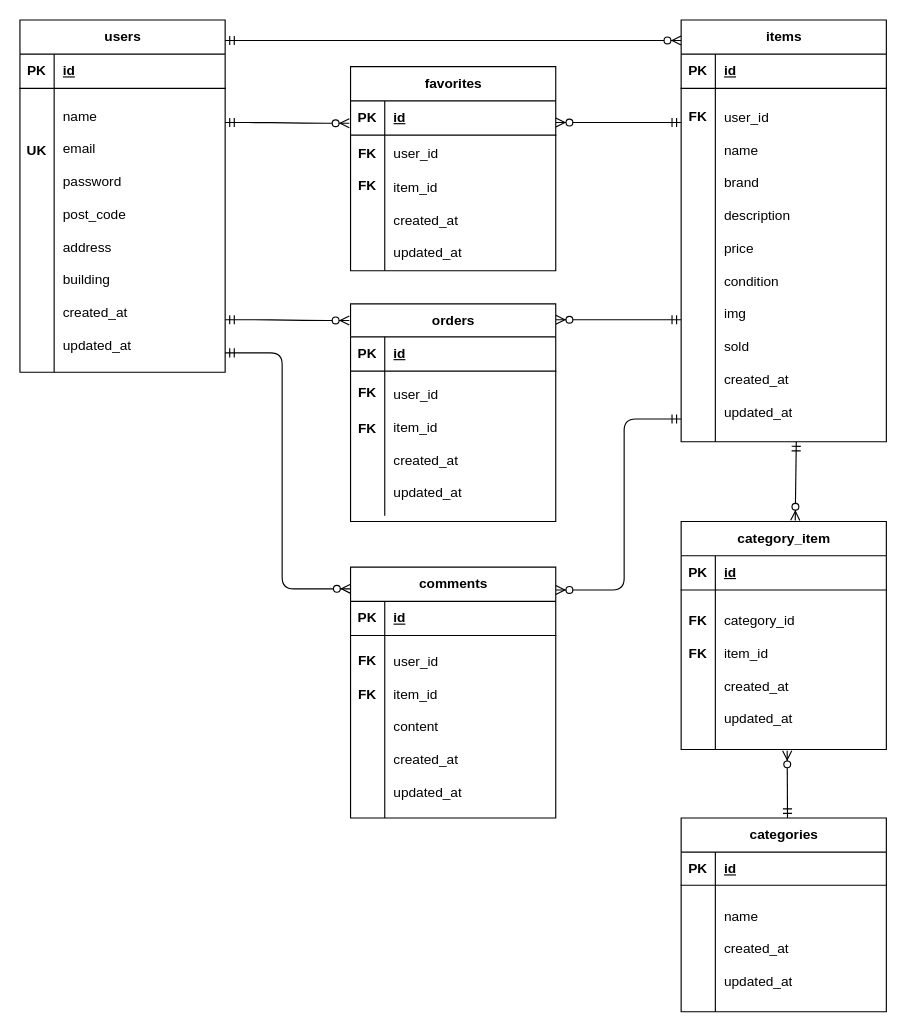
This is erd.drawio from sara-1003/free-market-app, a draw.io file, before an edit. Source tidied: cells renumbered, new cells numbered last; positions are measured from the earlier drawing's top-left corner, leaving out a move shared by most shapes. Both pictures are drawn from the tidied source at 114%, with x=0, y=0 at pixel (19, 19).
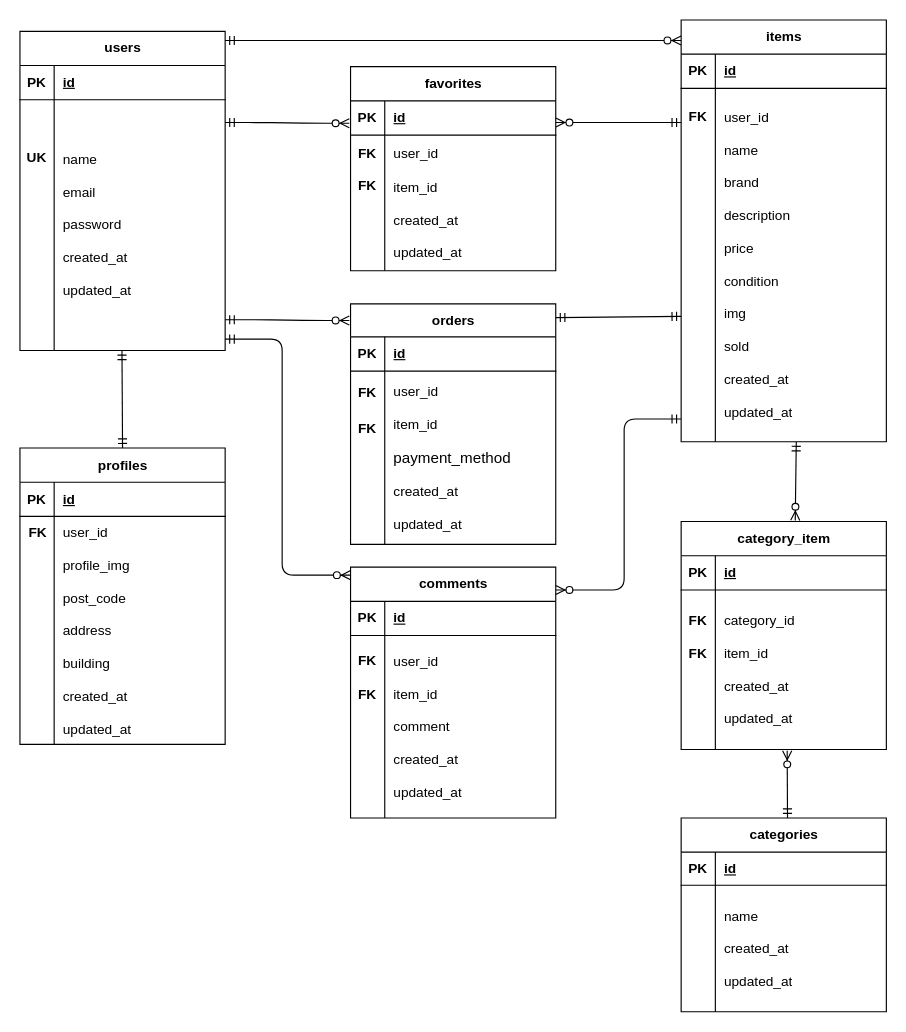
The same diagram, later.

Unchanged cells that the change refers to:
```xml
<mxCell id="51" style="shape=tableRow;horizontal=0;startSize=0;swimlaneHead=0;swimlaneBody=0;fillColor=none;top=0;left=0;right=0;bottom=0;" parent="47" vertex="1">
  <mxGeometry y="60" width="180" height="160" as="geometry" />
</mxCell>
```

The edit, as a diff of the source:
```diff
@@
     <mxCell id="18" style="group;" parent="1" vertex="1">
-      <mxGeometry width="180" height="309" as="geometry" />
+      <mxGeometry y="10" width="180" height="280" as="geometry" />
     </mxCell>
     <mxCell id="19" value="users" style="shape=table;startSize=30;childLayout=tableLayout;rowLines=0;fontStyle=1;align=center;html=1;" parent="18" vertex="1">
-      <mxGeometry width="180" height="309" as="geometry" />
+      <mxGeometry width="180" height="280" as="geometry" />
     </mxCell>
@@
     <mxCell id="23" style="shape=tableRow;horizontal=0;startSize=0;swimlaneHead=0;swimlaneBody=0;fillColor=none;top=0;left=0;right=0;bottom=0;" parent="19" vertex="1">
-      <mxGeometry y="60" width="180" height="249" as="geometry" />
+      <mxGeometry y="60" width="180" height="220" as="geometry" />
     </mxCell>
     <mxCell id="24" style="shape=partialRectangle;fillColor=none;top=0;left=0;bottom=0;right=0;overflow=hidden;whiteSpace=wrap;html=1;" parent="23" vertex="1">
-      <mxGeometry width="30" height="249" as="geometry" />
+      <mxGeometry width="30" height="220" as="geometry" />
     </mxCell>
-    <mxCell id="25" value="name&lt;div&gt;&lt;font color=&quot;#000000&quot;&gt;&lt;br&gt;&lt;/font&gt;&lt;/div&gt;&lt;div&gt;&lt;font color=&quot;#000000&quot;&gt;email&lt;/font&gt;&lt;/div&gt;&lt;div&gt;&lt;font color=&quot;#000000&quot;&gt;&lt;br&gt;&lt;/font&gt;&lt;/div&gt;&lt;div&gt;&lt;font color=&quot;#000000&quot;&gt;password&lt;/font&gt;&lt;/div&gt;&lt;div&gt;&lt;font color=&quot;#000000&quot;&gt;&lt;br&gt;&lt;/font&gt;&lt;/div&gt;&lt;div&gt;&lt;font color=&quot;#000000&quot;&gt;post_code&lt;/font&gt;&lt;/div&gt;&lt;div&gt;&lt;font color=&quot;#000000&quot;&gt;&lt;br&gt;&lt;/font&gt;&lt;/div&gt;&lt;div&gt;&lt;font color=&quot;#000000&quot;&gt;address&lt;/font&gt;&lt;/div&gt;&lt;div&gt;&lt;font color=&quot;#000000&quot;&gt;&lt;br&gt;&lt;/font&gt;&lt;/div&gt;&lt;div&gt;&lt;font color=&quot;#000000&quot;&gt;building&lt;/font&gt;&lt;/div&gt;&lt;div&gt;&lt;br&gt;&lt;/div&gt;&lt;div&gt;&lt;div&gt;&lt;div&gt;&lt;div&gt;created_at&lt;/div&gt;&lt;div&gt;&lt;br&gt;&lt;/div&gt;&lt;div&gt;updated_at&lt;/div&gt;&lt;/div&gt;&lt;/div&gt;&lt;/div&gt;" style="shape=partialRectangle;fillColor=none;top=0;left=0;bottom=0;right=0;align=left;spacingLeft=6;overflow=hidden;whiteSpace=wrap;html=1;" parent="23" vertex="1">
-      <mxGeometry x="30" width="150" height="249" as="geometry" />
+    <mxCell id="25" value="name&lt;div&gt;&lt;font color=&quot;#000000&quot;&gt;&lt;br&gt;&lt;/font&gt;&lt;/div&gt;&lt;div&gt;&lt;font color=&quot;#000000&quot;&gt;email&lt;/font&gt;&lt;/div&gt;&lt;div&gt;&lt;font color=&quot;#000000&quot;&gt;&lt;br&gt;&lt;/font&gt;&lt;/div&gt;&lt;div&gt;&lt;font color=&quot;#000000&quot;&gt;password&lt;/font&gt;&lt;/div&gt;&lt;div&gt;&lt;br&gt;&lt;/div&gt;&lt;div&gt;&lt;div&gt;&lt;div&gt;&lt;div&gt;created_at&lt;/div&gt;&lt;div&gt;&lt;br&gt;&lt;/div&gt;&lt;div&gt;updated_at&lt;/div&gt;&lt;/div&gt;&lt;/div&gt;&lt;/div&gt;" style="shape=partialRectangle;fillColor=none;top=0;left=0;bottom=0;right=0;align=left;spacingLeft=6;overflow=hidden;whiteSpace=wrap;html=1;" parent="23" vertex="1">
+      <mxGeometry x="30" width="150" height="220" as="geometry" />
     </mxCell>
     <mxCell id="26" value="UK" style="shape=partialRectangle;fillColor=none;top=0;left=0;bottom=0;right=0;fontStyle=1;overflow=hidden;whiteSpace=wrap;html=1;" parent="18" vertex="1">
-      <mxGeometry y="100" width="30" height="30" as="geometry" />
+      <mxGeometry y="100" width="30" height="22.3" as="geometry" />
     </mxCell>
@@
-    <mxCell id="53" value="&lt;span style=&quot;background-color: transparent;&quot;&gt;&lt;font color=&quot;#000000&quot;&gt;user&lt;/font&gt;_id&lt;/span&gt;&lt;div&gt;&lt;div&gt;&lt;font color=&quot;#000000&quot;&gt;&lt;br&gt;&lt;/font&gt;&lt;/div&gt;&lt;div&gt;&lt;font color=&quot;#000000&quot;&gt;item_id&lt;/font&gt;&lt;/div&gt;&lt;div&gt;&lt;font color=&quot;#000000&quot;&gt;&lt;font color=&quot;#000000&quot;&gt;&lt;br&gt;&lt;/font&gt;&lt;/font&gt;&lt;/div&gt;&lt;div&gt;&lt;font color=&quot;#000000&quot;&gt;&lt;font color=&quot;#000000&quot;&gt;content&lt;br&gt;&lt;/font&gt;&lt;/font&gt;&lt;div&gt;&lt;br&gt;&lt;/div&gt;&lt;div&gt;&lt;div&gt;&lt;div&gt;&lt;div&gt;created_at&lt;/div&gt;&lt;div&gt;&lt;br&gt;&lt;/div&gt;&lt;div&gt;updated_at&lt;/div&gt;&lt;/div&gt;&lt;/div&gt;&lt;/div&gt;&lt;/div&gt;&lt;/div&gt;" style="shape=partialRectangle;fillColor=none;top=0;left=0;bottom=0;right=0;align=left;spacingLeft=6;overflow=hidden;whiteSpace=wrap;html=1;" parent="51" vertex="1">
+    <mxCell id="53" value="&lt;span style=&quot;background-color: transparent;&quot;&gt;&lt;font color=&quot;#000000&quot;&gt;user&lt;/font&gt;_id&lt;/span&gt;&lt;div&gt;&lt;div&gt;&lt;font color=&quot;#000000&quot;&gt;&lt;br&gt;&lt;/font&gt;&lt;/div&gt;&lt;div&gt;&lt;font color=&quot;#000000&quot;&gt;item_id&lt;/font&gt;&lt;/div&gt;&lt;div&gt;&lt;font color=&quot;#000000&quot;&gt;&lt;font color=&quot;#000000&quot;&gt;&lt;br&gt;&lt;/font&gt;&lt;/font&gt;&lt;/div&gt;&lt;div&gt;&lt;font color=&quot;#000000&quot;&gt;&lt;font color=&quot;#000000&quot;&gt;comment&lt;br&gt;&lt;/font&gt;&lt;/font&gt;&lt;div&gt;&lt;br&gt;&lt;/div&gt;&lt;div&gt;&lt;div&gt;&lt;div&gt;&lt;div&gt;created_at&lt;/div&gt;&lt;div&gt;&lt;br&gt;&lt;/div&gt;&lt;div&gt;updated_at&lt;/div&gt;&lt;/div&gt;&lt;/div&gt;&lt;/div&gt;&lt;/div&gt;&lt;/div&gt;" style="shape=partialRectangle;fillColor=none;top=0;left=0;bottom=0;right=0;align=left;spacingLeft=6;overflow=hidden;whiteSpace=wrap;html=1;" parent="51" vertex="1">
       <mxGeometry x="30" width="150" height="160" as="geometry" />
     </mxCell>
@@
-    <mxCell id="60" style="fontSize=12;html=1;endArrow=ERzeroToMany;startArrow=ERmandOne;" parent="1" edge="1">
-      <mxGeometry relative="1" as="geometry">
-        <mxPoint x="580" y="263" as="sourcePoint" />
-        <mxPoint x="470" y="263" as="targetPoint" />
-      </mxGeometry>
-    </mxCell>
@@
     <mxCell id="64" value="orders" style="shape=table;startSize=29;childLayout=tableLayout;rowLines=0;fontStyle=1;align=center;html=1;" parent="1" vertex="1">
-      <mxGeometry x="290" y="249" width="180" height="191" as="geometry" />
+      <mxGeometry x="290" y="249" width="180" height="211" as="geometry" />
     </mxCell>
@@
     <mxCell id="68" style="shape=tableRow;horizontal=0;startSize=0;swimlaneHead=0;swimlaneBody=0;fillColor=none;top=0;left=0;right=0;bottom=0;" parent="64" vertex="1">
-      <mxGeometry y="59" width="180" height="127" as="geometry" />
+      <mxGeometry y="59" width="180" height="152" as="geometry" />
     </mxCell>
     <mxCell id="69" style="shape=partialRectangle;fillColor=none;top=0;left=0;bottom=0;right=0;overflow=hidden;whiteSpace=wrap;html=1;" parent="68" vertex="1">
-      <mxGeometry width="30" height="127" as="geometry" />
+      <mxGeometry width="30" height="152" as="geometry" />
     </mxCell>
-    <mxCell id="70" value="&lt;span style=&quot;background-color: transparent;&quot;&gt;&lt;font color=&quot;#000000&quot;&gt;user&lt;/font&gt;_id&lt;/span&gt;&lt;div&gt;&lt;div&gt;&lt;font color=&quot;#000000&quot;&gt;&lt;br&gt;&lt;/font&gt;&lt;/div&gt;&lt;div&gt;&lt;font color=&quot;#000000&quot;&gt;item_id&lt;/font&gt;&lt;/div&gt;&lt;div&gt;&lt;div&gt;&lt;br&gt;&lt;/div&gt;&lt;div&gt;&lt;div&gt;&lt;div&gt;&lt;div&gt;created_at&lt;/div&gt;&lt;div&gt;&lt;br&gt;&lt;/div&gt;&lt;div&gt;updated_at&lt;/div&gt;&lt;/div&gt;&lt;/div&gt;&lt;/div&gt;&lt;/div&gt;&lt;/div&gt;" style="shape=partialRectangle;fillColor=none;top=0;left=0;bottom=0;right=0;align=left;spacingLeft=6;overflow=hidden;whiteSpace=wrap;html=1;" parent="68" vertex="1">
-      <mxGeometry x="30" width="150" height="127" as="geometry" />
+    <mxCell id="70" value="&lt;span style=&quot;background-color: transparent;&quot;&gt;&lt;font color=&quot;#000000&quot;&gt;user&lt;/font&gt;_id&lt;/span&gt;&lt;div&gt;&lt;div&gt;&lt;font color=&quot;#000000&quot;&gt;&lt;br&gt;&lt;/font&gt;&lt;/div&gt;&lt;div&gt;&lt;font color=&quot;#000000&quot;&gt;item_id&lt;/font&gt;&lt;/div&gt;&lt;div&gt;&lt;font color=&quot;#000000&quot;&gt;&lt;br&gt;&lt;/font&gt;&lt;/div&gt;&lt;div&gt;&lt;span style=&quot;caret-color: rgb(0, 0, 0); color: rgb(0, 0, 0); font-size: 10pt; font-family: Arial;&quot;&gt;payment_method&lt;/span&gt;&lt;/div&gt;&lt;div&gt;&lt;div&gt;&lt;br&gt;&lt;/div&gt;&lt;div&gt;&lt;div&gt;&lt;div&gt;&lt;div&gt;created_at&lt;/div&gt;&lt;div&gt;&lt;br&gt;&lt;/div&gt;&lt;div&gt;updated_at&lt;/div&gt;&lt;/div&gt;&lt;/div&gt;&lt;/div&gt;&lt;/div&gt;&lt;/div&gt;" style="shape=partialRectangle;fillColor=none;top=0;left=0;bottom=0;right=0;align=left;spacingLeft=6;overflow=hidden;whiteSpace=wrap;html=1;" parent="68" vertex="1">
+      <mxGeometry x="30" width="150" height="152" as="geometry" />
     </mxCell>
     <mxCell id="71" style="edgeStyle=orthogonalEdgeStyle;fontSize=12;html=1;endArrow=ERzeroToMany;startArrow=ERmandOne;" parent="1" edge="1">
       <mxGeometry relative="1" as="geometry">
-        <mxPoint x="180" y="292" as="sourcePoint" />
-        <mxPoint x="290" y="499" as="targetPoint" />
+        <mxPoint x="180" y="280" as="sourcePoint" />
+        <mxPoint x="290" y="487" as="targetPoint" />
         <Array as="points">
-          <mxPoint x="230" y="292" />
-          <mxPoint x="230" y="499" />
+          <mxPoint x="230" y="280" />
+          <mxPoint x="230" y="487" />
         </Array>
       </mxGeometry>
     </mxCell>
@@
+    <mxCell id="75" value="profiles" style="shape=table;startSize=30;childLayout=tableLayout;rowLines=0;fontStyle=1;align=center;html=1;" parent="1" vertex="1">
+      <mxGeometry y="375.5" width="180" height="260" as="geometry" />
+    </mxCell>
+    <mxCell id="76" style="shape=tableRow;horizontal=0;startSize=0;swimlaneHead=0;swimlaneBody=0;fillColor=none;top=0;left=0;right=0;bottom=1;" parent="75" vertex="1">
+      <mxGeometry y="30" width="180" height="30" as="geometry" />
+    </mxCell>
+    <mxCell id="77" value="PK" style="shape=partialRectangle;fillColor=none;top=0;left=0;bottom=0;right=0;fontStyle=1;overflow=hidden;whiteSpace=wrap;html=1;" parent="76" vertex="1">
+      <mxGeometry width="30" height="30" as="geometry" />
+    </mxCell>
+    <mxCell id="78" value="id" style="shape=partialRectangle;fillColor=none;top=0;left=0;bottom=0;right=0;align=left;spacingLeft=6;fontStyle=5;overflow=hidden;whiteSpace=wrap;html=1;" parent="76" vertex="1">
+      <mxGeometry x="30" width="150" height="30" as="geometry" />
+    </mxCell>
+    <mxCell id="79" style="shape=tableRow;horizontal=0;startSize=0;swimlaneHead=0;swimlaneBody=0;fillColor=none;top=0;left=0;right=0;bottom=0;" parent="75" vertex="1">
+      <mxGeometry y="60" width="180" height="200" as="geometry" />
+    </mxCell>
+    <mxCell id="80" style="shape=partialRectangle;fillColor=none;top=0;left=0;bottom=0;right=0;overflow=hidden;whiteSpace=wrap;html=1;" parent="79" vertex="1">
+      <mxGeometry width="30" height="200" as="geometry" />
+    </mxCell>
+    <mxCell id="81" value="&lt;span style=&quot;background-color: transparent;&quot;&gt;&lt;font color=&quot;#000000&quot;&gt;user&lt;/font&gt;_id&lt;/span&gt;&lt;div&gt;&lt;div&gt;&lt;font color=&quot;#000000&quot;&gt;&lt;br&gt;&lt;/font&gt;&lt;/div&gt;&lt;div&gt;profile_img&lt;/div&gt;&lt;div&gt;&lt;br&gt;&lt;/div&gt;&lt;div&gt;post_code&lt;/div&gt;&lt;div&gt;&lt;br&gt;&lt;/div&gt;&lt;div&gt;address&lt;/div&gt;&lt;div&gt;&lt;br&gt;&lt;/div&gt;&lt;div&gt;building&lt;/div&gt;&lt;div&gt;&lt;div&gt;&lt;br&gt;&lt;/div&gt;&lt;div&gt;&lt;div&gt;&lt;div&gt;&lt;div&gt;created_at&lt;/div&gt;&lt;div&gt;&lt;br&gt;&lt;/div&gt;&lt;div&gt;updated_at&lt;/div&gt;&lt;/div&gt;&lt;/div&gt;&lt;/div&gt;&lt;/div&gt;&lt;/div&gt;" style="shape=partialRectangle;fillColor=none;top=0;left=0;bottom=0;right=0;align=left;spacingLeft=6;overflow=hidden;whiteSpace=wrap;html=1;" parent="79" vertex="1">
+      <mxGeometry x="30" width="150" height="200" as="geometry" />
+    </mxCell>
+    <mxCell id="82" style="fontSize=12;html=1;endArrow=ERmandOne;startArrow=ERmandOne;exitX=0.5;exitY=0;exitDx=0;exitDy=0;" parent="1" edge="1" source="75">
+      <mxGeometry relative="1" as="geometry">
+        <mxPoint x="89.5" y="290" as="targetPoint" />
+      </mxGeometry>
+    </mxCell>
+    <mxCell id="83" style="fontSize=12;html=1;endArrow=ERmandOne;startArrow=ERmandOne;exitX=0.5;exitY=0;exitDx=0;exitDy=0;" parent="1" edge="1">
+      <mxGeometry relative="1" as="geometry">
+        <mxPoint x="470" y="261.1" as="sourcePoint" />
+        <mxPoint x="580" y="260" as="targetPoint" />
+      </mxGeometry>
+    </mxCell>
+    <mxCell id="84" value="FK" style="shape=partialRectangle;fillColor=none;top=0;left=0;bottom=0;right=0;fontStyle=1;overflow=hidden;whiteSpace=wrap;html=1;" parent="1" vertex="1">
+      <mxGeometry x="1" y="435" width="30" height="29" as="geometry" />
+    </mxCell>
```
